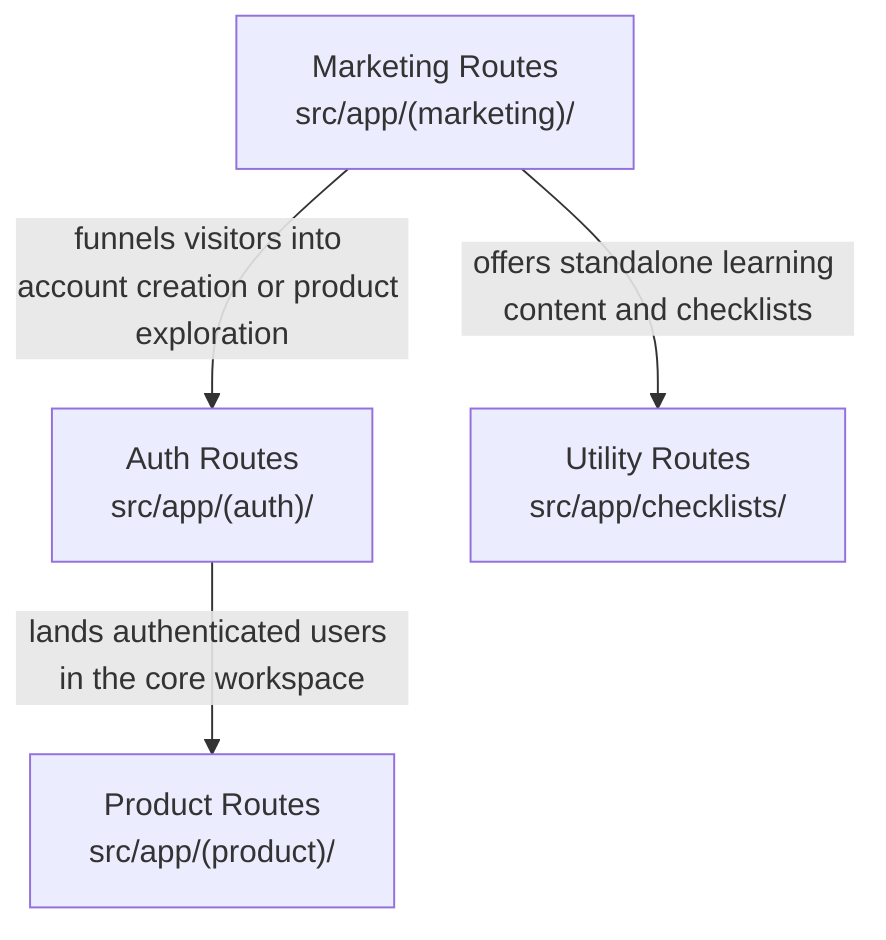
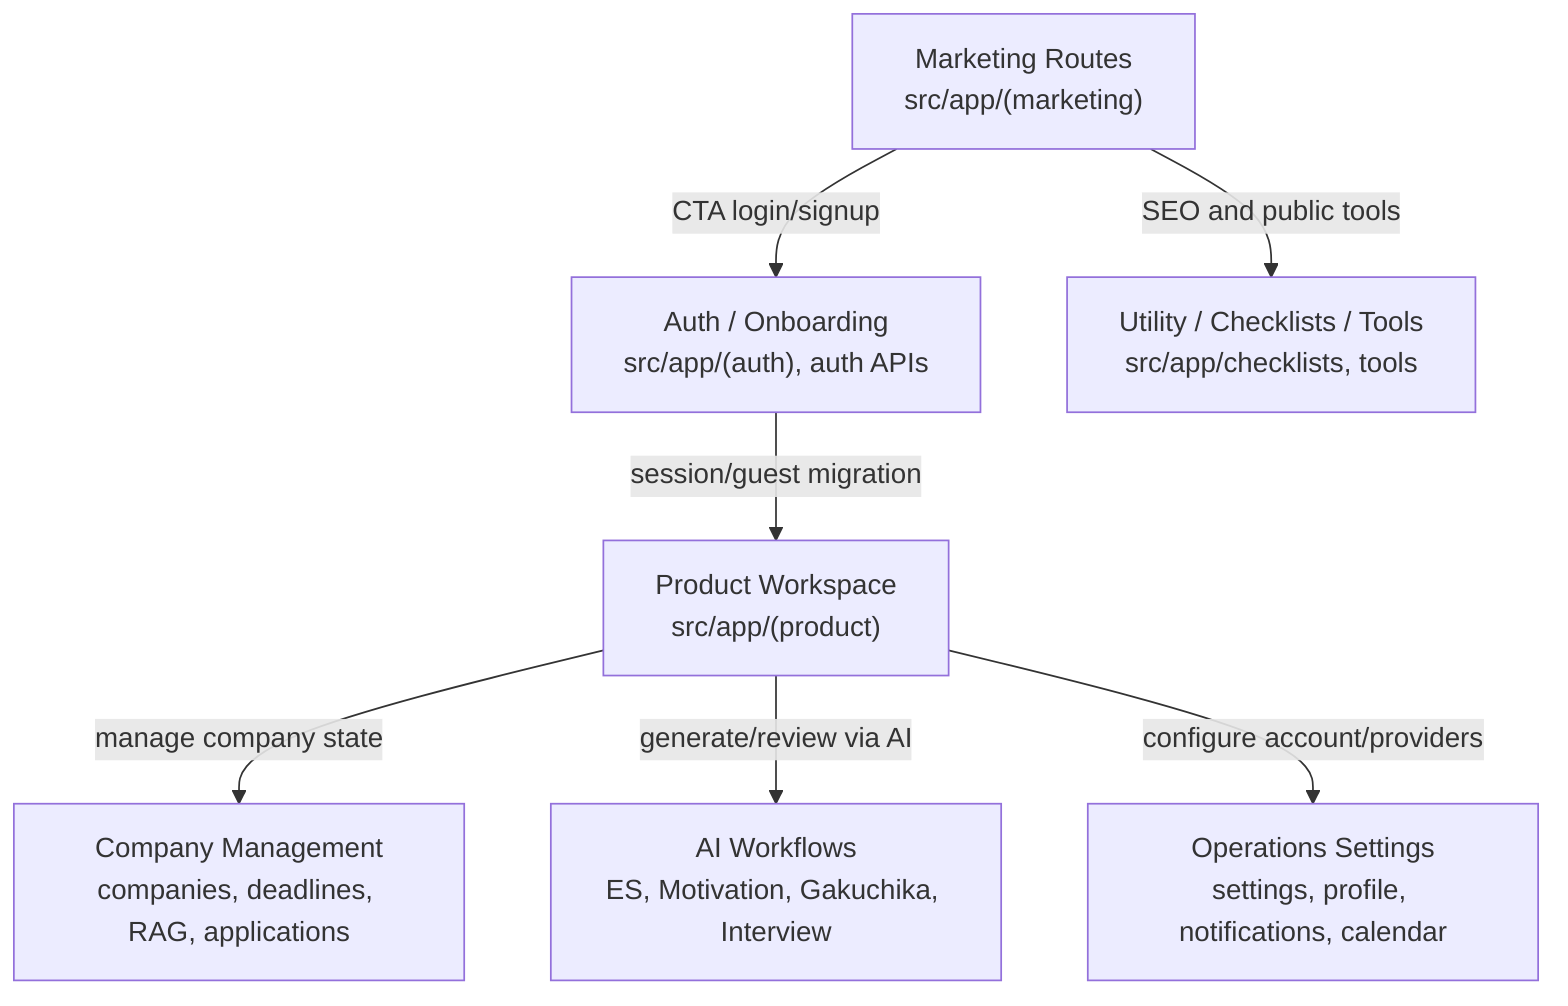
graph TD
-     marketing-routes["Marketing Routes\nsrc/app/(marketing)/"]
-     auth-routes["Auth Routes\nsrc/app/(auth)/"]
-     product-routes["Product Routes\nsrc/app/(product)/"]
-     utility-routes["Utility Routes\nsrc/app/checklists/"]
+     marketing-routes["Marketing Routes\nsrc/app/(marketing)"]
+     auth-routes["Auth / Onboarding\nsrc/app/(auth), auth APIs"]
+     product-routes["Product Workspace\nsrc/app/(product)"]
+     company-routes["Company Management\ncompanies, deadlines, RAG, applications"]
+     ai-workflows["AI Workflows\nES, Motivation, Gakuchika, Interview"]
+     operations-routes["Operations Settings\nsettings, profile, notifications, calendar"]
+     utility-routes["Utility / Checklists / Tools\nsrc/app/checklists, tools"]

-     marketing-routes -->|"funnels visitors into account creation or product exploration"| auth-routes
-     auth-routes -->|"lands authenticated users in the core workspace"| product-routes
-     marketing-routes -->|"offers standalone learning content and checklists"| utility-routes
+     marketing-routes -->|CTA login/signup| auth-routes
+     auth-routes -->|session/guest migration| product-routes
+     product-routes -->|manage company state| company-routes
+     product-routes -->|generate/review via AI| ai-workflows
+     product-routes -->|configure account/providers| operations-routes
+     marketing-routes -->|SEO and public tools| utility-routes
